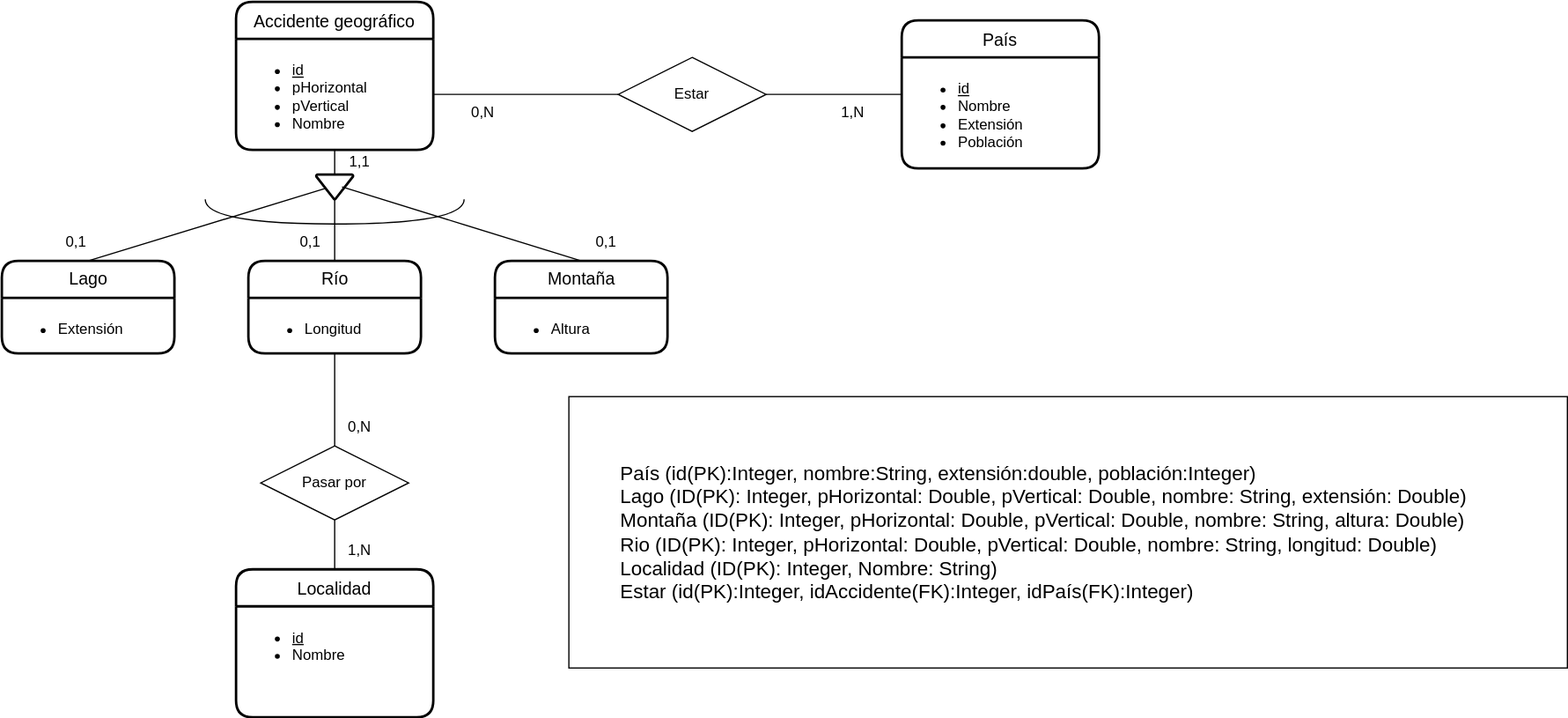
This is UD12-11.svg from Jimxx22/C3-UD11-UML, a draw.io export, as it was before one commit. Source tidied: cells renumbered, new cells last; positions are measured from the earlier drawing's top-left corner, leaving out a move shared by most shapes. The source it was exported from:
```xml
<mxGraphModel background="#FFFFFF">
  <root>
    <mxCell id="0" />
    <mxCell id="1" parent="0" />
    <mxCell id="2" value="Accidente geográfico" style="swimlane;horizontal=1;startSize=30;rounded=1;fontSize=14;fontStyle=0;strokeWidth=2;shadow=0;dashed=0;align=center;labelBackgroundColor=none;" parent="1" vertex="1">
      <mxGeometry x="190" width="160" height="120" as="geometry" />
    </mxCell>
    <mxCell id="3" value="&lt;ul&gt;&lt;li&gt;&lt;u&gt;id&lt;/u&gt;&lt;/li&gt;&lt;li&gt;pHorizontal&lt;/li&gt;&lt;li&gt;pVertical&lt;/li&gt;&lt;li&gt;Nombre&lt;/li&gt;&lt;/ul&gt;" style="align=left;strokeColor=none;fillColor=none;spacingLeft=4;fontSize=12;verticalAlign=top;html=1;labelBackgroundColor=none;" parent="2" vertex="1">
      <mxGeometry y="30" width="160" height="90" as="geometry" />
    </mxCell>
    <mxCell id="4" style="edgeStyle=orthogonalEdgeStyle;rounded=0;jettySize=auto;html=1;exitX=0.5;exitY=1;exitDx=0;exitDy=0;entryX=0.5;entryY=0;entryDx=0;entryDy=0;strokeColor=default;endArrow=none;endFill=0;labelBackgroundColor=none;" parent="1" edge="1" source="31" target="15">
      <mxGeometry relative="1" as="geometry" />
    </mxCell>
    <mxCell id="5" value="País" style="swimlane;horizontal=1;startSize=30;rounded=1;fontSize=14;fontStyle=0;strokeWidth=2;shadow=0;dashed=0;align=center;labelBackgroundColor=none;" parent="1" vertex="1">
      <mxGeometry x="730" y="15" width="160" height="120" as="geometry" />
    </mxCell>
    <mxCell id="6" value="&lt;ul&gt;&lt;li&gt;&lt;span style=&quot;&quot;&gt;&lt;u&gt;id&lt;/u&gt;&lt;/span&gt;&lt;/li&gt;&lt;li&gt;Nombre&lt;/li&gt;&lt;li&gt;Extensión&lt;/li&gt;&lt;li&gt;Población&lt;/li&gt;&lt;/ul&gt;" style="align=left;strokeColor=none;fillColor=none;spacingLeft=4;fontSize=12;verticalAlign=top;html=1;labelBackgroundColor=none;" parent="5" vertex="1">
      <mxGeometry y="30" width="160" height="90" as="geometry" />
    </mxCell>
    <mxCell id="7" value="Localidad" style="swimlane;horizontal=1;startSize=30;rounded=1;fontSize=14;fontStyle=0;strokeWidth=2;shadow=0;dashed=0;align=center;labelBackgroundColor=none;" parent="1" vertex="1">
      <mxGeometry x="190" y="460" width="160" height="120" as="geometry" />
    </mxCell>
    <mxCell id="8" value="&lt;ul&gt;&lt;li&gt;&lt;u&gt;id&lt;/u&gt;&lt;/li&gt;&lt;li&gt;Nombre&lt;/li&gt;&lt;/ul&gt;" style="align=left;strokeColor=none;fillColor=none;spacingLeft=4;fontSize=12;verticalAlign=top;html=1;labelBackgroundColor=none;" parent="7" vertex="1">
      <mxGeometry y="30" width="160" height="90" as="geometry" />
    </mxCell>
    <mxCell id="9" style="strokeWidth=2;html=1;shape=mxgraph.flowchart.merge_or_storage;whiteSpace=wrap;labelBackgroundColor=none;" parent="1" vertex="1">
      <mxGeometry x="255" y="140" width="30" height="20" as="geometry" />
    </mxCell>
    <mxCell id="10" style="endArrow=none;html=1;rounded=0;entryX=0.5;entryY=1;entryDx=0;entryDy=0;exitX=0.5;exitY=0;exitDx=0;exitDy=0;exitPerimeter=0;labelBackgroundColor=none;" parent="1" edge="1" source="9" target="3">
      <mxGeometry relative="1" as="geometry" />
    </mxCell>
    <mxCell id="11" style="endArrow=none;html=1;rounded=0;entryX=0.267;entryY=0.55;entryDx=0;entryDy=0;entryPerimeter=0;exitX=0.5;exitY=0;exitDx=0;exitDy=0;labelBackgroundColor=none;" parent="1" edge="1" source="28" target="9">
      <mxGeometry relative="1" as="geometry" />
    </mxCell>
    <mxCell id="12" style="endArrow=none;html=1;rounded=0;entryX=0.5;entryY=0;entryDx=0;entryDy=0;exitX=0.5;exitY=1;exitDx=0;exitDy=0;exitPerimeter=0;labelBackgroundColor=none;" parent="1" edge="1" source="9" target="30">
      <mxGeometry relative="1" as="geometry" />
    </mxCell>
    <mxCell id="13" style="edgeStyle=orthogonalEdgeStyle;rounded=0;jettySize=auto;html=1;exitX=0.5;exitY=1;exitDx=0;exitDy=0;entryX=0.5;entryY=0;entryDx=0;entryDy=0;strokeColor=default;endArrow=none;endFill=0;labelBackgroundColor=none;" parent="1" edge="1" source="15" target="7">
      <mxGeometry relative="1" as="geometry" />
    </mxCell>
    <mxCell id="14" style="endArrow=none;html=1;rounded=0;entryX=0.5;entryY=0;entryDx=0;entryDy=0;exitX=0.7;exitY=0.5;exitDx=0;exitDy=0;exitPerimeter=0;labelBackgroundColor=none;" parent="1" edge="1" source="9" target="32">
      <mxGeometry relative="1" as="geometry" />
    </mxCell>
    <mxCell id="15" value="Pasar por" style="shape=rhombus;perimeter=rhombusPerimeter;whiteSpace=wrap;html=1;align=center;labelBackgroundColor=none;" parent="1" vertex="1">
      <mxGeometry x="210" y="360" width="120" height="60" as="geometry" />
    </mxCell>
    <mxCell id="16" style="shape=requiredInterface;html=1;verticalLabelPosition=bottom;sketch=0;direction=south;labelBackgroundColor=none;" parent="1" vertex="1">
      <mxGeometry x="165" y="160" width="210" height="20" as="geometry" />
    </mxCell>
    <mxCell id="17" style="edgeStyle=orthogonalEdgeStyle;rounded=0;jettySize=auto;html=1;exitX=1;exitY=0.5;exitDx=0;exitDy=0;entryX=0;entryY=0.5;entryDx=0;entryDy=0;strokeColor=default;endArrow=none;endFill=0;labelBackgroundColor=none;" parent="1" edge="1" source="18" target="6">
      <mxGeometry relative="1" as="geometry">
        <Array as="points">
          <mxPoint x="730" y="75" />
        </Array>
      </mxGeometry>
    </mxCell>
    <mxCell id="18" value="Estar" style="shape=rhombus;perimeter=rhombusPerimeter;whiteSpace=wrap;html=1;align=center;labelBackgroundColor=none;" parent="1" vertex="1">
      <mxGeometry x="500" y="45" width="120" height="60" as="geometry" />
    </mxCell>
    <mxCell id="19" style="edgeStyle=orthogonalEdgeStyle;rounded=0;jettySize=auto;html=1;endArrow=none;endFill=0;exitX=1;exitY=0.5;exitDx=0;exitDy=0;entryX=0;entryY=0.5;entryDx=0;entryDy=0;labelBackgroundColor=none;" parent="1" edge="1" source="3" target="18">
      <mxGeometry relative="1" as="geometry">
        <Array as="points">
          <mxPoint x="490" y="75" />
          <mxPoint x="490" y="75" />
        </Array>
      </mxGeometry>
    </mxCell>
    <mxCell id="20" value="1,N" style="text;html=1;align=center;verticalAlign=middle;strokeColor=none;fillColor=none;labelBackgroundColor=none;" parent="1" vertex="1">
      <mxGeometry x="670" y="75" width="40" height="30" as="geometry" />
    </mxCell>
    <mxCell id="21" value="0,N" style="text;html=1;align=center;verticalAlign=middle;strokeColor=none;fillColor=none;labelBackgroundColor=none;" parent="1" vertex="1">
      <mxGeometry x="370" y="75" width="40" height="30" as="geometry" />
    </mxCell>
    <mxCell id="22" value="1,N" style="text;html=1;align=center;verticalAlign=middle;strokeColor=none;fillColor=none;labelBackgroundColor=none;" parent="1" vertex="1">
      <mxGeometry x="270" y="430" width="40" height="30" as="geometry" />
    </mxCell>
    <mxCell id="23" value="0,N" style="text;html=1;align=center;verticalAlign=middle;strokeColor=none;fillColor=none;labelBackgroundColor=none;" parent="1" vertex="1">
      <mxGeometry x="270" y="330" width="40" height="30" as="geometry" />
    </mxCell>
    <mxCell id="24" value="1,1" style="text;html=1;align=center;verticalAlign=middle;strokeColor=none;fillColor=none;labelBackgroundColor=none;" parent="1" vertex="1">
      <mxGeometry x="270" y="115" width="40" height="30" as="geometry" />
    </mxCell>
    <mxCell id="25" value="0,1" style="text;html=1;align=center;verticalAlign=middle;strokeColor=none;fillColor=none;labelBackgroundColor=none;" parent="1" vertex="1">
      <mxGeometry x="40" y="180" width="40" height="30" as="geometry" />
    </mxCell>
    <mxCell id="26" value="0,1" style="text;html=1;align=center;verticalAlign=middle;strokeColor=none;fillColor=none;labelBackgroundColor=none;" parent="1" vertex="1">
      <mxGeometry x="230" y="180" width="40" height="30" as="geometry" />
    </mxCell>
    <mxCell id="27" value="0,1" style="text;html=1;align=center;verticalAlign=middle;strokeColor=none;fillColor=none;labelBackgroundColor=none;" parent="1" vertex="1">
      <mxGeometry x="470" y="180" width="40" height="30" as="geometry" />
    </mxCell>
    <mxCell id="28" value="Lago" style="swimlane;horizontal=1;startSize=30;rounded=1;fontSize=14;fontStyle=0;strokeWidth=2;shadow=0;dashed=0;align=center;html=1;labelBackgroundColor=none;" parent="1" vertex="1">
      <mxGeometry y="210" width="140" height="75" as="geometry" />
    </mxCell>
    <mxCell id="29" value="&lt;ul&gt;&lt;li&gt;Extensión&lt;/li&gt;&lt;/ul&gt;" style="align=left;strokeColor=none;fillColor=none;spacingLeft=4;fontSize=12;verticalAlign=top;html=1;labelBackgroundColor=none;" parent="28" vertex="1">
      <mxGeometry y="30" width="140" height="45" as="geometry" />
    </mxCell>
    <mxCell id="30" value="Río" style="swimlane;horizontal=1;startSize=30;rounded=1;fontSize=14;fontStyle=0;strokeWidth=2;shadow=0;dashed=0;align=center;html=1;labelBackgroundColor=none;" parent="1" vertex="1">
      <mxGeometry x="200" y="210" width="140" height="75" as="geometry" />
    </mxCell>
    <mxCell id="31" value="&lt;ul&gt;&lt;li&gt;Longitud&lt;/li&gt;&lt;/ul&gt;" style="align=left;strokeColor=none;fillColor=none;spacingLeft=4;fontSize=12;verticalAlign=top;html=1;labelBackgroundColor=none;" parent="30" vertex="1">
      <mxGeometry y="30" width="140" height="45" as="geometry" />
    </mxCell>
    <mxCell id="32" value="Montaña" style="swimlane;horizontal=1;startSize=30;rounded=1;fontSize=14;fontStyle=0;strokeWidth=2;shadow=0;dashed=0;align=center;html=1;labelBackgroundColor=none;" parent="1" vertex="1">
      <mxGeometry x="400" y="210" width="140" height="75" as="geometry" />
    </mxCell>
    <mxCell id="33" value="&lt;ul&gt;&lt;li&gt;Altura&lt;/li&gt;&lt;/ul&gt;" style="align=left;strokeColor=none;fillColor=none;spacingLeft=4;fontSize=12;verticalAlign=top;html=1;labelBackgroundColor=none;" parent="32" vertex="1">
      <mxGeometry y="30" width="140" height="45" as="geometry" />
    </mxCell>
    <mxCell id="34" value="&lt;blockquote style=&quot;margin: 0 0 0 40px; border: none; padding: 0px;&quot;&gt;&lt;span style=&quot;font-size: 16px; background-color: initial;&quot;&gt;País (id(PK):Integer, nombre:String, extensión:double, población:Integer)&lt;/span&gt;&lt;/blockquote&gt;&lt;blockquote style=&quot;margin: 0 0 0 40px; border: none; padding: 0px;&quot;&gt;&lt;span style=&quot;background-color: initial; font-size: 16px;&quot;&gt;Lago (ID(PK): Integer, pHorizontal: Double, pVertical: Double, nombre: String, extensión: Double)&lt;/span&gt;&lt;/blockquote&gt;&lt;blockquote style=&quot;margin: 0 0 0 40px; border: none; padding: 0px;&quot;&gt;&lt;span style=&quot;background-color: initial; font-size: 16px;&quot;&gt;Montaña (ID(PK): Integer, pHorizontal: Double, pVertical: Double, nombre: String, altura: Double)&lt;/span&gt;&lt;/blockquote&gt;&lt;blockquote style=&quot;margin: 0 0 0 40px; border: none; padding: 0px;&quot;&gt;&lt;span style=&quot;background-color: initial; font-size: 16px;&quot;&gt;Rio (ID(PK): Integer, pHorizontal: Double, pVertical: Double, nombre: String, longitud: Double)&lt;/span&gt;&lt;/blockquote&gt;&lt;blockquote style=&quot;margin: 0 0 0 40px; border: none; padding: 0px;&quot;&gt;&lt;font style=&quot;font-size: 16px;&quot;&gt;Localidad (ID(PK): Integer, Nombre: String)&lt;/font&gt;&lt;/blockquote&gt;&lt;blockquote style=&quot;margin: 0 0 0 40px; border: none; padding: 0px;&quot;&gt;&lt;span style=&quot;font-size: 16px;&quot;&gt;Estar (id(PK):Integer, idAccidente(FK):Integer, idPaís(FK):Integer)&lt;/span&gt;&lt;/blockquote&gt;" style="rounded=0;whiteSpace=wrap;html=1;align=left;horizontal=1;" parent="1" vertex="1">
      <mxGeometry x="460" y="320" width="810" height="220" as="geometry" />
    </mxCell>
  </root>
</mxGraphModel>
```
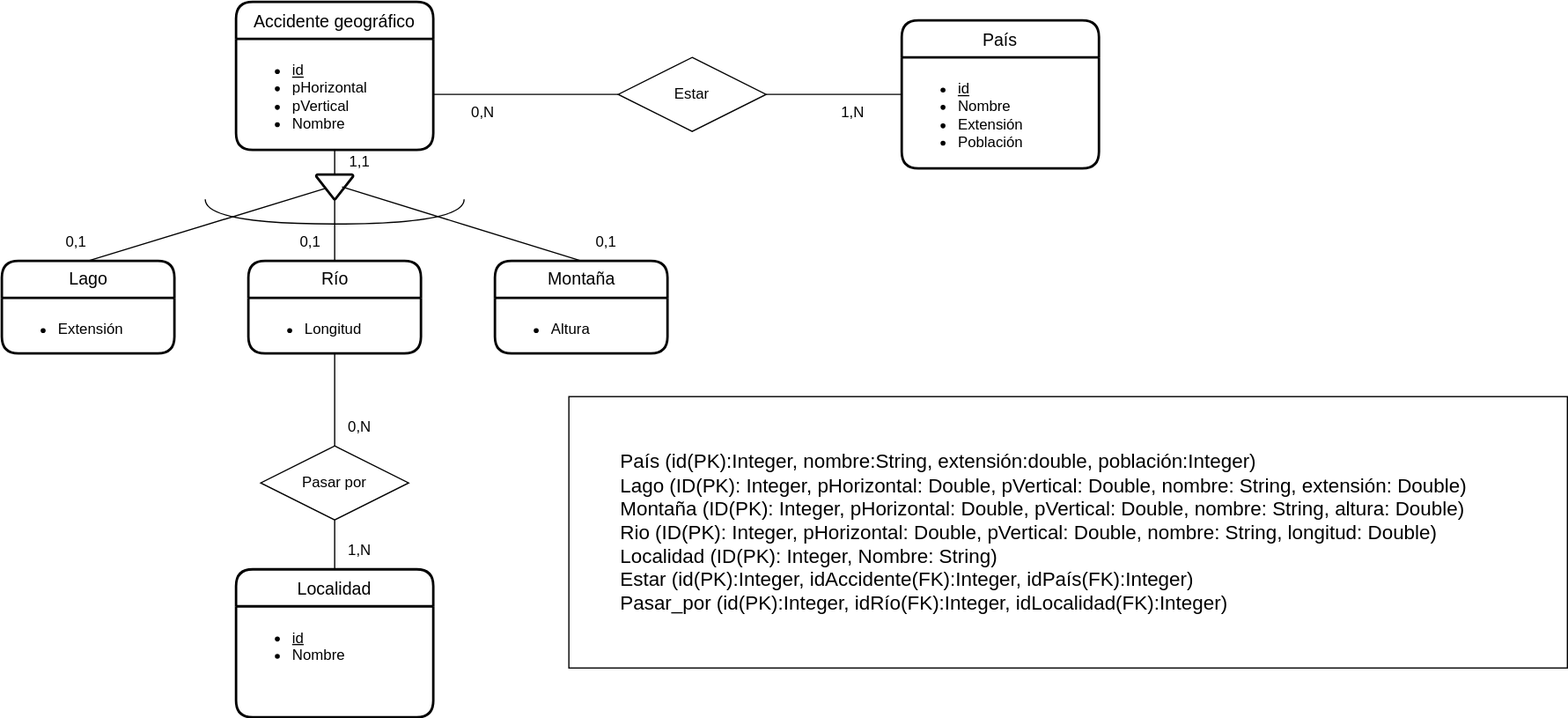
The same file after the commit.

Change to the diagram source:
```diff
@@ -107,7 +107,7 @@
     <mxCell id="33" value="&lt;ul&gt;&lt;li&gt;Altura&lt;/li&gt;&lt;/ul&gt;" style="align=left;strokeColor=none;fillColor=none;spacingLeft=4;fontSize=12;verticalAlign=top;html=1;labelBackgroundColor=none;" parent="32" vertex="1">
       <mxGeometry y="30" width="140" height="45" as="geometry" />
     </mxCell>
-    <mxCell id="34" value="&lt;blockquote style=&quot;margin: 0 0 0 40px; border: none; padding: 0px;&quot;&gt;&lt;span style=&quot;font-size: 16px; background-color: initial;&quot;&gt;País (id(PK):Integer, nombre:String, extensión:double, población:Integer)&lt;/span&gt;&lt;/blockquote&gt;&lt;blockquote style=&quot;margin: 0 0 0 40px; border: none; padding: 0px;&quot;&gt;&lt;span style=&quot;background-color: initial; font-size: 16px;&quot;&gt;Lago (ID(PK): Integer, pHorizontal: Double, pVertical: Double, nombre: String, extensión: Double)&lt;/span&gt;&lt;/blockquote&gt;&lt;blockquote style=&quot;margin: 0 0 0 40px; border: none; padding: 0px;&quot;&gt;&lt;span style=&quot;background-color: initial; font-size: 16px;&quot;&gt;Montaña (ID(PK): Integer, pHorizontal: Double, pVertical: Double, nombre: String, altura: Double)&lt;/span&gt;&lt;/blockquote&gt;&lt;blockquote style=&quot;margin: 0 0 0 40px; border: none; padding: 0px;&quot;&gt;&lt;span style=&quot;background-color: initial; font-size: 16px;&quot;&gt;Rio (ID(PK): Integer, pHorizontal: Double, pVertical: Double, nombre: String, longitud: Double)&lt;/span&gt;&lt;/blockquote&gt;&lt;blockquote style=&quot;margin: 0 0 0 40px; border: none; padding: 0px;&quot;&gt;&lt;font style=&quot;font-size: 16px;&quot;&gt;Localidad (ID(PK): Integer, Nombre: String)&lt;/font&gt;&lt;/blockquote&gt;&lt;blockquote style=&quot;margin: 0 0 0 40px; border: none; padding: 0px;&quot;&gt;&lt;span style=&quot;font-size: 16px;&quot;&gt;Estar (id(PK):Integer, idAccidente(FK):Integer, idPaís(FK):Integer)&lt;/span&gt;&lt;/blockquote&gt;" style="rounded=0;whiteSpace=wrap;html=1;align=left;horizontal=1;" parent="1" vertex="1">
+    <mxCell id="34" value="&lt;blockquote style=&quot;margin: 0 0 0 40px; border: none; padding: 0px;&quot;&gt;&lt;span style=&quot;font-size: 16px; background-color: initial;&quot;&gt;País (id(PK):Integer, nombre:String, extensión:double, población:Integer)&lt;/span&gt;&lt;/blockquote&gt;&lt;blockquote style=&quot;margin: 0 0 0 40px; border: none; padding: 0px;&quot;&gt;&lt;span style=&quot;background-color: initial; font-size: 16px;&quot;&gt;Lago (ID(PK): Integer, pHorizontal: Double, pVertical: Double, nombre: String, extensión: Double)&lt;/span&gt;&lt;/blockquote&gt;&lt;blockquote style=&quot;margin: 0 0 0 40px; border: none; padding: 0px;&quot;&gt;&lt;span style=&quot;background-color: initial; font-size: 16px;&quot;&gt;Montaña (ID(PK): Integer, pHorizontal: Double, pVertical: Double, nombre: String, altura: Double)&lt;/span&gt;&lt;/blockquote&gt;&lt;blockquote style=&quot;margin: 0 0 0 40px; border: none; padding: 0px;&quot;&gt;&lt;span style=&quot;background-color: initial; font-size: 16px;&quot;&gt;Rio (ID(PK): Integer, pHorizontal: Double, pVertical: Double, nombre: String, longitud: Double)&lt;/span&gt;&lt;/blockquote&gt;&lt;blockquote style=&quot;margin: 0 0 0 40px; border: none; padding: 0px;&quot;&gt;&lt;font style=&quot;font-size: 16px;&quot;&gt;Localidad (ID(PK): Integer, Nombre: String)&lt;/font&gt;&lt;/blockquote&gt;&lt;blockquote style=&quot;margin: 0 0 0 40px; border: none; padding: 0px;&quot;&gt;&lt;span style=&quot;font-size: 16px;&quot;&gt;Estar (id(PK):Integer, idAccidente(FK):Integer, idPaís(FK):Integer)&lt;/span&gt;&lt;span style=&quot;font-size: 16px;&quot;&gt;&lt;br&gt;Pasar_por (id(PK):Integer, idRío(FK):Integer, idLocalidad(FK):Integer)&lt;/span&gt;&lt;/blockquote&gt;" style="rounded=0;whiteSpace=wrap;html=1;align=left;horizontal=1;" parent="1" vertex="1">
       <mxGeometry x="460" y="320" width="810" height="220" as="geometry" />
     </mxCell>
   </root>
```
